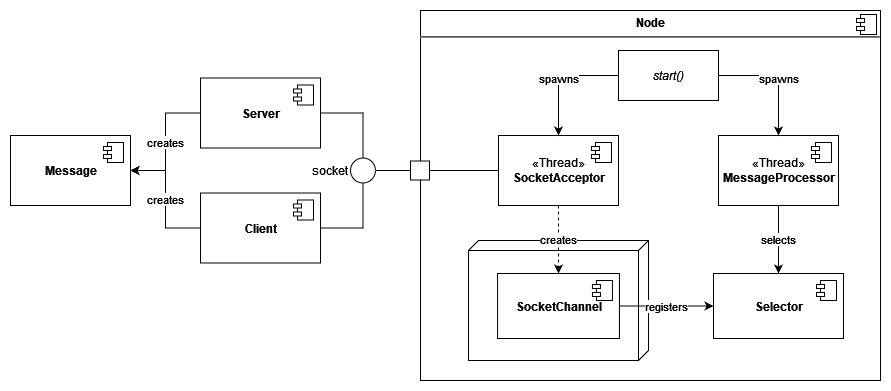
Earlier version of the draw.io export docs/img/node_components.png (brunocu/adsoa-calculator). Source tidied: cells renumbered, new cells last; positions are measured from the earlier drawing's top-left corner, leaving out a move shared by most shapes.
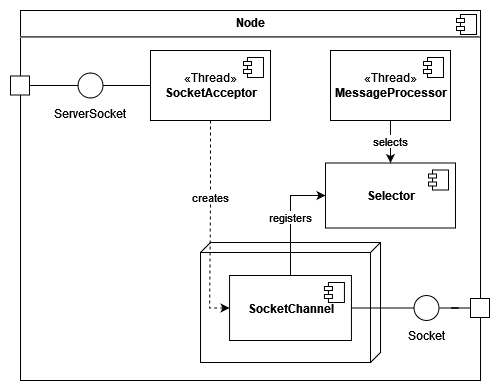
After the change.

What changed in the source:
```diff
@@ -3,7 +3,7 @@
     <mxCell id="0" />
     <mxCell id="1" parent="0" />
     <mxCell id="2" value="&lt;p style=&quot;margin:0px;margin-top:6px;text-align:center;&quot;&gt;&lt;b&gt;Node&lt;/b&gt;&lt;/p&gt;&lt;hr&gt;&lt;p style=&quot;margin:0px;margin-left:8px;&quot;&gt;&lt;br&gt;&lt;/p&gt;" style="align=left;overflow=fill;html=1;" parent="1" vertex="1">
-      <mxGeometry x="410" width="460" height="370" as="geometry" />
+      <mxGeometry x="5" y="-40" width="460" height="370" as="geometry" />
     </mxCell>
     <mxCell id="3" style="shape=component;jettyWidth=8;jettyHeight=4;" parent="2" vertex="1">
       <mxGeometry x="1" width="20" height="20" relative="1" as="geometry">
@@ -11,12 +11,15 @@
       </mxGeometry>
     </mxCell>
     <mxCell id="4" style="group;" parent="1" vertex="1">
-      <mxGeometry x="458" y="230" width="180" height="120" as="geometry" />
+      <mxGeometry x="185" y="192" width="180" height="120" as="geometry" />
     </mxCell>
+    <mxCell id="35" style="group;" parent="4" vertex="1">
+      <mxGeometry width="180" height="120" as="geometry" />
+    </mxCell>
-    <mxCell id="5" style="verticalAlign=top;align=left;spacingTop=8;spacingLeft=2;spacingRight=12;shape=cube;size=10;direction=south;fontStyle=4;html=1;" parent="4" vertex="1">
+    <mxCell id="5" style="verticalAlign=top;align=left;spacingTop=8;spacingLeft=2;spacingRight=12;shape=cube;size=10;direction=south;fontStyle=4;html=1;" parent="35" vertex="1">
       <mxGeometry width="180" height="120" as="geometry" />
     </mxCell>
-    <mxCell id="6" value="&lt;b&gt;SocketChannel&lt;/b&gt;" style="html=1;" parent="4" vertex="1">
+    <mxCell id="6" value="&lt;b&gt;SocketChannel&lt;/b&gt;" style="html=1;" parent="35" vertex="1">
       <mxGeometry x="29.1" y="33" width="121.9" height="65" as="geometry" />
     </mxCell>
     <mxCell id="7" style="shape=module;jettyWidth=8;jettyHeight=4;" parent="6" vertex="1">
@@ -24,42 +27,8 @@
         <mxPoint x="-27" y="7" as="offset" />
       </mxGeometry>
     </mxCell>
-    <mxCell id="8" style="edgeStyle=orthogonalEdgeStyle;rounded=0;jettySize=auto;html=1;endArrow=none;endFill=0;" parent="1" edge="1" source="9" target="16">
-      <mxGeometry relative="1" as="geometry" />
-    </mxCell>
-    <mxCell id="9" value="&lt;b&gt;Client&lt;/b&gt;" style="html=1;" parent="1" vertex="1">
-      <mxGeometry x="190" y="182.5" width="120" height="70" as="geometry" />
-    </mxCell>
-    <mxCell id="10" style="shape=module;jettyWidth=8;jettyHeight=4;" parent="9" vertex="1">
-      <mxGeometry x="1" width="20" height="20" relative="1" as="geometry">
-        <mxPoint x="-27" y="7" as="offset" />
-      </mxGeometry>
-    </mxCell>
-    <mxCell id="11" style="edgeStyle=orthogonalEdgeStyle;rounded=0;jettySize=auto;html=1;entryX=0.5;entryY=0;entryDx=0;entryDy=0;endArrow=none;endFill=0;" parent="1" edge="1" source="13" target="16">
-      <mxGeometry relative="1" as="geometry" />
-    </mxCell>
-    <mxCell id="12" value="creates" style="edgeStyle=orthogonalEdgeStyle;rounded=0;jettySize=auto;html=1;entryX=1;entryY=0.5;entryDx=0;entryDy=0;endArrow=classic;endFill=0;" parent="1" edge="1" source="13" target="27">
-      <mxGeometry relative="1" as="geometry" />
-    </mxCell>
-    <mxCell id="13" value="&lt;b&gt;Server&lt;/b&gt;" style="html=1;" parent="1" vertex="1">
-      <mxGeometry x="190" y="67.5" width="120" height="70" as="geometry" />
-    </mxCell>
-    <mxCell id="14" style="shape=module;jettyWidth=8;jettyHeight=4;" parent="13" vertex="1">
-      <mxGeometry x="1" width="20" height="20" relative="1" as="geometry">
-        <mxPoint x="-27" y="7" as="offset" />
-      </mxGeometry>
-    </mxCell>
-    <mxCell id="15" style="edgeStyle=orthogonalEdgeStyle;rounded=0;jettySize=auto;html=1;endArrow=none;endFill=0;" parent="1" edge="1" source="16" target="30">
-      <mxGeometry relative="1" as="geometry" />
-    </mxCell>
-    <mxCell id="16" style="ellipse;whiteSpace=wrap;html=1;" parent="1" vertex="1">
-      <mxGeometry x="340" y="147.5" width="25" height="25" as="geometry" />
-    </mxCell>
-    <mxCell id="17" value="socket" style="text;html=1;strokeColor=none;fillColor=none;align=center;verticalAlign=middle;whiteSpace=wrap;rounded=0;" parent="1" vertex="1">
-      <mxGeometry x="290" y="145" width="60" height="30" as="geometry" />
-    </mxCell>
     <mxCell id="18" value="&lt;div&gt;«Thread»&lt;/div&gt;&lt;b&gt;SocketAcceptor&lt;/b&gt;" style="html=1;" parent="1" vertex="1">
-      <mxGeometry x="488" y="125" width="120" height="70" as="geometry" />
+      <mxGeometry x="135" width="120" height="70" as="geometry" />
     </mxCell>
     <mxCell id="19" style="shape=module;jettyWidth=8;jettyHeight=4;" parent="18" vertex="1">
       <mxGeometry x="1" width="20" height="20" relative="1" as="geometry">
@@ -67,7 +36,7 @@
       </mxGeometry>
     </mxCell>
     <mxCell id="20" value="&lt;div&gt;«Thread»&lt;/div&gt;&lt;b&gt;MessageProcessor&lt;/b&gt;" style="html=1;" parent="1" vertex="1">
-      <mxGeometry x="708" y="125" width="120" height="70" as="geometry" />
+      <mxGeometry x="315" width="120" height="70" as="geometry" />
     </mxCell>
     <mxCell id="21" style="shape=module;jettyWidth=8;jettyHeight=4;" parent="20" vertex="1">
       <mxGeometry x="1" width="20" height="20" relative="1" as="geometry">
@@ -75,7 +44,7 @@
       </mxGeometry>
     </mxCell>
     <mxCell id="22" value="&lt;div&gt;&lt;b&gt;Selector&lt;/b&gt;&lt;/div&gt;" style="html=1;" parent="1" vertex="1">
-      <mxGeometry x="703" y="263" width="130" height="65" as="geometry" />
+      <mxGeometry x="310" y="112.5" width="130" height="65" as="geometry" />
     </mxCell>
     <mxCell id="23" style="shape=module;jettyWidth=8;jettyHeight=4;" parent="22" vertex="1">
       <mxGeometry x="1" width="20" height="20" relative="1" as="geometry">
@@ -85,37 +54,47 @@
     <mxCell id="24" value="selects" style="edgeStyle=orthogonalEdgeStyle;rounded=0;jettySize=auto;html=1;" parent="1" edge="1" source="20" target="22">
       <mxGeometry relative="1" as="geometry" />
     </mxCell>
-    <mxCell id="25" value="spawns" style="edgeStyle=orthogonalEdgeStyle;rounded=0;jettySize=auto;html=1;entryX=0.5;entryY=0;entryDx=0;entryDy=0;exitX=1;exitY=0.5;exitDx=0;exitDy=0;" parent="1" edge="1" source="32" target="20">
-      <mxGeometry x="0.05" relative="1" as="geometry" />
-    </mxCell>
-    <mxCell id="26" value="spawns" style="edgeStyle=orthogonalEdgeStyle;rounded=0;jettySize=auto;html=1;entryX=0.5;entryY=0;entryDx=0;entryDy=0;exitX=0;exitY=0.5;exitDx=0;exitDy=0;" parent="1" edge="1" source="32" target="18">
-      <mxGeometry x="0.05" relative="1" as="geometry" />
-    </mxCell>
-    <mxCell id="27" value="&lt;b&gt;Message&lt;/b&gt;" style="html=1;" parent="1" vertex="1">
-      <mxGeometry y="125" width="120" height="70" as="geometry" />
-    </mxCell>
-    <mxCell id="28" style="shape=module;jettyWidth=8;jettyHeight=4;" parent="27" vertex="1">
-      <mxGeometry x="1" width="20" height="20" relative="1" as="geometry">
-        <mxPoint x="-27" y="7" as="offset" />
-      </mxGeometry>
-    </mxCell>
-    <mxCell id="29" value="&lt;div&gt;creates&lt;/div&gt;" style="edgeStyle=orthogonalEdgeStyle;rounded=0;jettySize=auto;html=1;entryX=1;entryY=0.5;entryDx=0;entryDy=0;exitX=0;exitY=0.5;exitDx=0;exitDy=0;" parent="1" edge="1" source="9" target="27">
-      <mxGeometry relative="1" as="geometry" />
-    </mxCell>
+    <mxCell id="36" style="edgeStyle=orthogonalEdgeStyle;rounded=0;jettySize=auto;html=1;entryX=0;entryY=0.5;entryDx=0;entryDy=0;endArrow=none;endFill=0;" parent="1" edge="1" source="30" target="38">
+      <mxGeometry relative="1" as="geometry" />
+    </mxCell>
     <mxCell id="30" style="whiteSpace=wrap;html=1;" parent="1" vertex="1">
-      <mxGeometry x="400" y="150.5" width="19" height="19" as="geometry" />
+      <mxGeometry x="-5" y="25.5" width="19" height="19" as="geometry" />
     </mxCell>
-    <mxCell id="31" style="edgeStyle=orthogonalEdgeStyle;rounded=0;jettySize=auto;html=1;endArrow=none;endFill=0;entryX=1;entryY=0.5;entryDx=0;entryDy=0;" parent="1" edge="1" source="18" target="30">
-      <mxGeometry relative="1" as="geometry" />
-    </mxCell>
-    <mxCell id="32" value="&lt;i&gt;start()&lt;/i&gt;" style="rounded=0;whiteSpace=wrap;html=1;" parent="1" vertex="1">
-      <mxGeometry x="608" y="40" width="100" height="50" as="geometry" />
-    </mxCell>
-    <mxCell id="33" value="creates" style="edgeStyle=orthogonalEdgeStyle;rounded=0;jettySize=auto;html=1;entryX=0.5;entryY=0;entryDx=0;entryDy=0;exitX=0.5;exitY=1;exitDx=0;exitDy=0;dashed=1;" parent="1" edge="1" source="18" target="6">
-      <mxGeometry relative="1" as="geometry" />
+    <mxCell id="33" value="creates" style="edgeStyle=orthogonalEdgeStyle;rounded=0;jettySize=auto;html=1;entryX=0;entryY=0.5;entryDx=0;entryDy=0;exitX=0.5;exitY=1;exitDx=0;exitDy=0;dashed=1;" parent="1" edge="1" source="18" target="6">
+      <mxGeometry x="-0.26" relative="1" as="geometry" />
     </mxCell>
-    <mxCell id="34" value="registers" style="edgeStyle=orthogonalEdgeStyle;rounded=0;jettySize=auto;html=1;exitX=1;exitY=0.5;exitDx=0;exitDy=0;entryX=0;entryY=0.5;entryDx=0;entryDy=0;" parent="1" edge="1" source="6" target="22">
+    <mxCell id="34" value="registers" style="edgeStyle=orthogonalEdgeStyle;rounded=0;jettySize=auto;html=1;exitX=0.5;exitY=0;exitDx=0;exitDy=0;entryX=0;entryY=0.5;entryDx=0;entryDy=0;" parent="1" edge="1" source="6" target="22">
       <mxGeometry relative="1" as="geometry" />
     </mxCell>
+    <mxCell id="37" style="group;" parent="1" vertex="1">
+      <mxGeometry x="45" y="22.5" width="60" height="55" as="geometry" />
+    </mxCell>
+    <mxCell id="38" style="ellipse;whiteSpace=wrap;html=1;" parent="37" vertex="1">
+      <mxGeometry x="17.5" width="25" height="25" as="geometry" />
+    </mxCell>
+    <mxCell id="39" value="&lt;div&gt;ServerSocket&lt;/div&gt;" style="text;html=1;strokeColor=none;fillColor=none;align=center;verticalAlign=middle;whiteSpace=wrap;rounded=0;" parent="37" vertex="1">
+      <mxGeometry y="25" width="60" height="30" as="geometry" />
+    </mxCell>
+    <mxCell id="40" style="edgeStyle=orthogonalEdgeStyle;rounded=0;jettySize=auto;html=1;entryX=0;entryY=0.5;entryDx=0;entryDy=0;endArrow=none;endFill=0;" parent="1" edge="1" source="38" target="18">
+      <mxGeometry relative="1" as="geometry" />
+    </mxCell>
+    <mxCell id="41" style="edgeStyle=orthogonalEdgeStyle;rounded=0;jettySize=auto;html=1;entryX=1;entryY=0.5;entryDx=0;entryDy=0;endArrow=none;endFill=0;" parent="1" edge="1" source="42" target="44">
+      <mxGeometry relative="1" as="geometry" />
+    </mxCell>
+    <mxCell id="42" style="whiteSpace=wrap;html=1;" parent="1" vertex="1">
+      <mxGeometry x="455" y="248" width="19" height="19" as="geometry" />
+    </mxCell>
+    <mxCell id="43" style="group;" parent="1" vertex="1">
+      <mxGeometry x="381" y="245" width="60" height="55" as="geometry" />
+    </mxCell>
+    <mxCell id="44" style="ellipse;whiteSpace=wrap;html=1;" parent="43" vertex="1">
+      <mxGeometry x="17.5" width="25" height="25" as="geometry" />
+    </mxCell>
+    <mxCell id="45" value="&lt;div&gt;Socket&lt;/div&gt;" style="text;html=1;strokeColor=none;fillColor=none;align=center;verticalAlign=middle;whiteSpace=wrap;rounded=0;" parent="43" vertex="1">
+      <mxGeometry y="25" width="60" height="30" as="geometry" />
+    </mxCell>
+    <mxCell id="46" style="edgeStyle=orthogonalEdgeStyle;rounded=0;jettySize=auto;html=1;entryX=0;entryY=0.5;entryDx=0;entryDy=0;endArrow=none;endFill=0;exitX=1;exitY=0.5;exitDx=0;exitDy=0;" parent="1" edge="1" source="6" target="44">
+      <mxGeometry relative="1" as="geometry" />
+    </mxCell>
   </root>
 </mxGraphModel>
```
